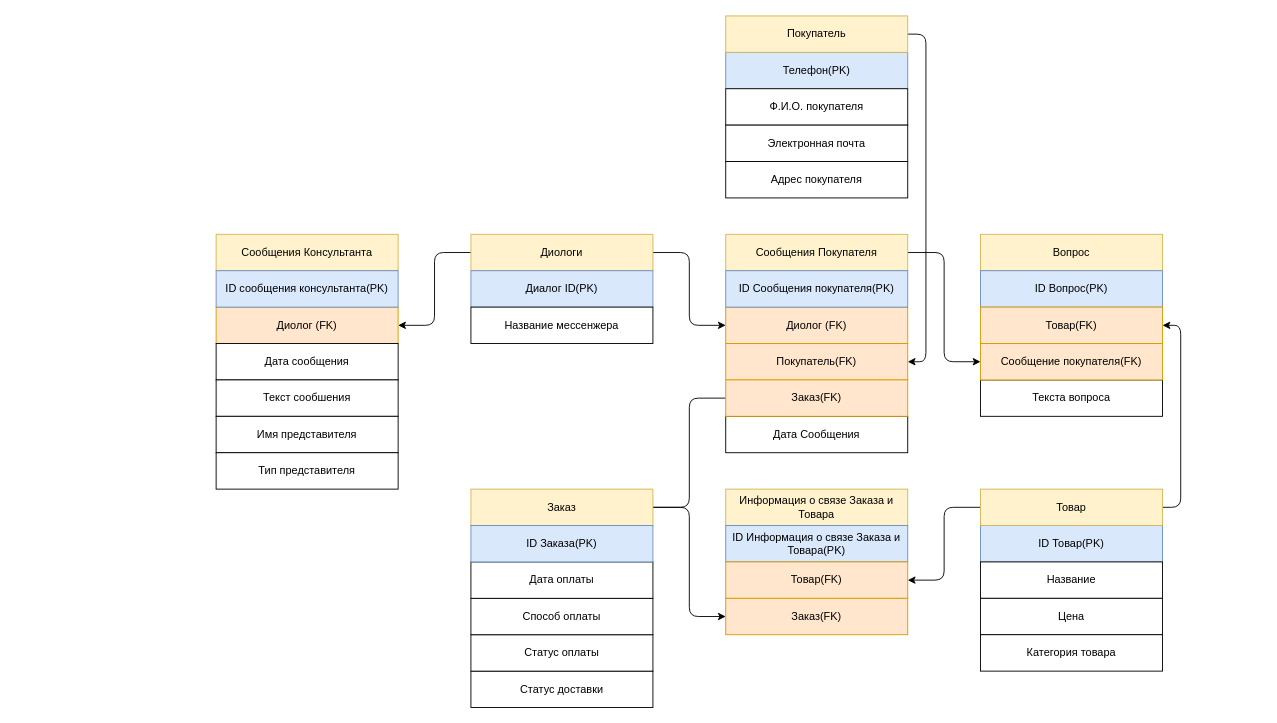
Earlier version of the draw.io diagram page "Логическая модель" (1 of 3) of Untitled Diagram.drawio (HegelPro/db-diagram). Source tidied: cells renumbered, new cells numbered last; positions are measured from the earlier drawing's top-left corner, leaving out a move shared by most shapes. Both pictures are drawn from the tidied source at 91%, with x=0, y=0 at pixel (216, 15).
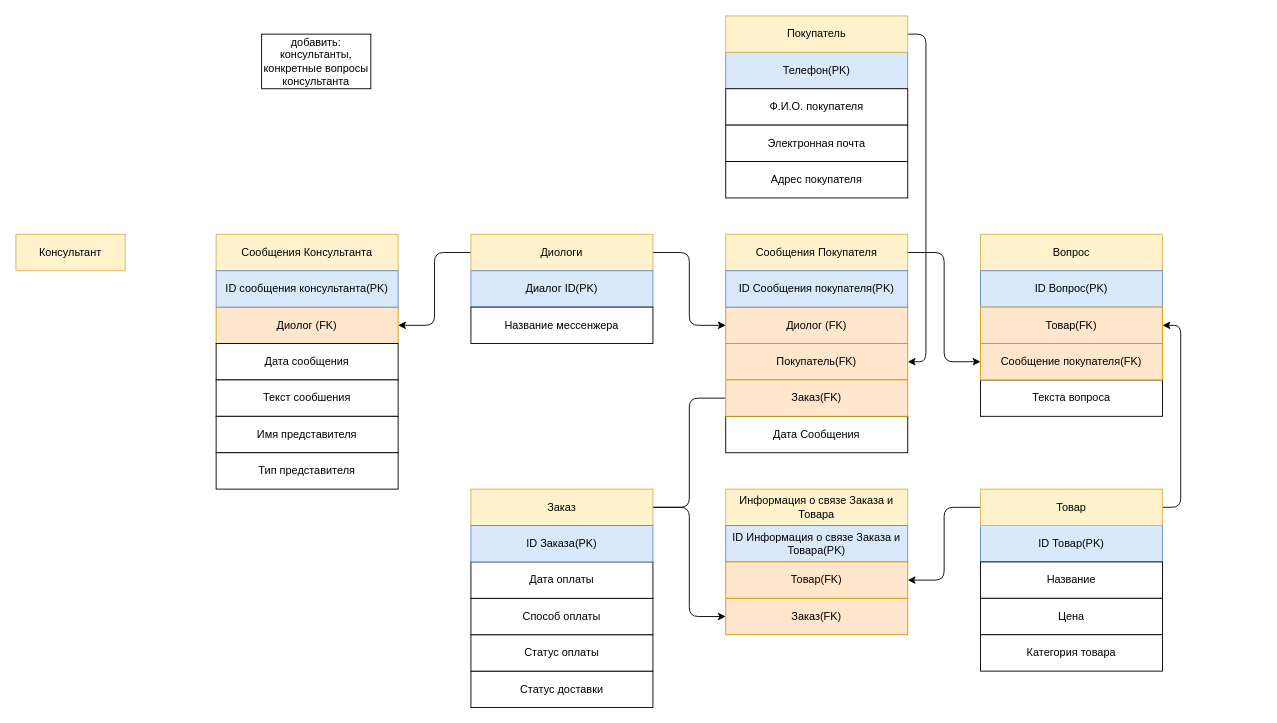
The same diagram, later.

Change to the diagram source:
```diff
@@
+    <mxCell id="54" value="добавить: &lt;br&gt;консультанты, конкретные вопросы консультанта" style="rounded=0;whiteSpace=wrap;html=1;" parent="1" vertex="1">
+      <mxGeometry x="50" y="20" width="120" height="60" as="geometry" />
+    </mxCell>
+    <mxCell id="55" value="Консультант" style="rounded=0;whiteSpace=wrap;html=1;fillColor=#fff2cc;strokeColor=#d6b656;" parent="1" vertex="1">
+      <mxGeometry x="-220" y="240" width="120" height="40" as="geometry" />
+    </mxCell>
```
